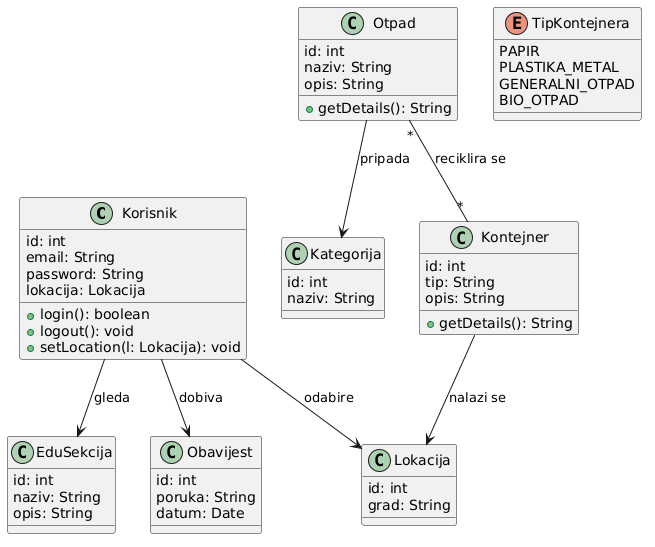
This is diagrami/Class diagram.png from ladyeowyn/Programsko-inzenjerstvo-Recikliranje, a PlantUML export, as it was before one commit. The source it was exported from:
```plantuml
@startuml
class Korisnik {
  id: int
  email: String
  password: String
  lokacija: Lokacija
  +login(): boolean
  +logout(): void
  +setLocation(l: Lokacija): void
}

class Lokacija {
  id: int
  grad: String
}

class Otpad {
  id: int
  naziv: String
  opis: String
  +getDetails(): String
}

class Kategorija {
  id: int
  naziv: String
}

class Kontejner {
  id: int
  tip: String
  opis: String
  +getDetails(): String
}

class EduSekcija {
  id: int
  naziv: String
  opis: String
}

class Obavijest {
  id: int
  poruka: String
  datum: Date
}

enum TipKontejnera {
  PAPIR
  PLASTIKA_METAL
  GENERALNI_OTPAD
  BIO_OTPAD
}

Korisnik --> Lokacija : odabire
Kontejner --> Lokacija : nalazi se

Otpad --> Kategorija : pripada
Otpad "*" -- "*" Kontejner : reciklira se

Korisnik --> Obavijest : dobiva
Korisnik --> EduSekcija : gleda
@enduml
```
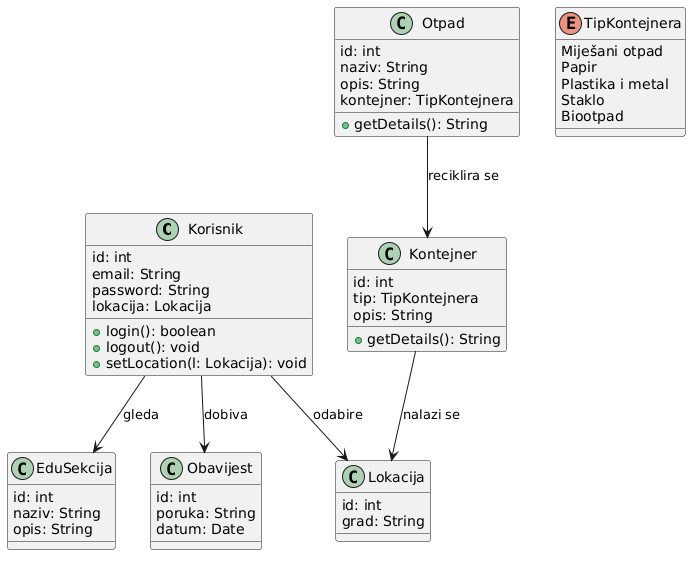
Later version of the same file.

The edit, as a diff of the source:
```diff
@@ -1,62 +1,58 @@
 @startuml
 class Korisnik {
-  id: int
-  email: String
-  password: String
-  lokacija: Lokacija
-  +login(): boolean
-  +logout(): void
-  +setLocation(l: Lokacija): void
+id: int
+email: String
+password: String
+lokacija: Lokacija
++login(): boolean
++logout(): void
++setLocation(l: Lokacija): void
 }
 
 class Lokacija {
-  id: int
-  grad: String
+id: int
+grad: String
 }
 
 class Otpad {
-  id: int
-  naziv: String
-  opis: String
-  +getDetails(): String
-}
-
-class Kategorija {
-  id: int
-  naziv: String
+id: int
+naziv: String
+opis: String
+kontejner: TipKontejnera
++getDetails(): String
 }
 
 class Kontejner {
-  id: int
-  tip: String
-  opis: String
-  +getDetails(): String
+id: int
+tip: TipKontejnera
+opis: String
++getDetails(): String
 }
 
 class EduSekcija {
-  id: int
-  naziv: String
-  opis: String
+id: int
+naziv: String
+opis: String
 }
 
 class Obavijest {
-  id: int
-  poruka: String
-  datum: Date
+id: int
+poruka: String
+datum: Date
 }
 
 enum TipKontejnera {
-  PAPIR
-  PLASTIKA_METAL
-  GENERALNI_OTPAD
-  BIO_OTPAD
+Miješani otpad
+Papir
+Plastika i metal
+Staklo
+Biootpad
 }
 
 Korisnik --> Lokacija : odabire
 Kontejner --> Lokacija : nalazi se
 
-Otpad --> Kategorija : pripada
-Otpad "*" -- "*" Kontejner : reciklira se
+Otpad --> Kontejner : reciklira se
 
 Korisnik --> Obavijest : dobiva
 Korisnik --> EduSekcija : gleda
```
